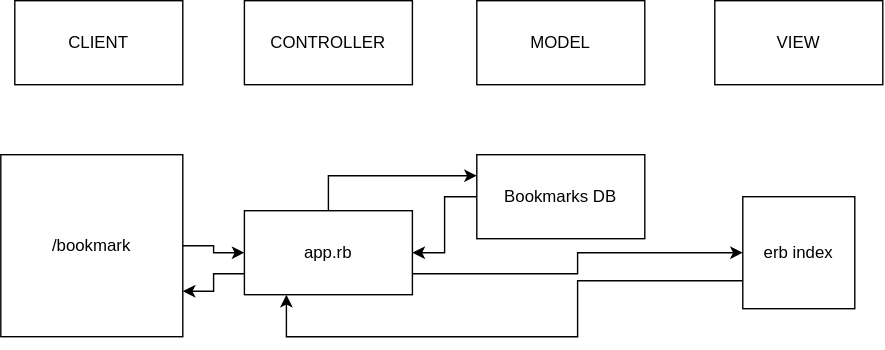
The draw.io diagram user_story_1.drawio.svg in serenabertozzi/bookmark-manager, before a commit. Source tidied: cells renumbered, new cells last; positions are measured from the earlier drawing's top-left corner, leaving out a move shared by most shapes. Source of this version:
```xml
<mxGraphModel>
  <root>
    <mxCell id="0" />
    <mxCell id="1" parent="0" />
    <mxCell id="2" style="edgeStyle=orthogonalEdgeStyle;rounded=0;jettySize=auto;html=1;" parent="1" edge="1" source="3" target="11">
      <mxGeometry relative="1" as="geometry" />
    </mxCell>
    <mxCell id="3" value="/bookmark" style="whiteSpace=wrap;html=1;" parent="1" vertex="1">
      <mxGeometry y="110" width="130" height="130" as="geometry" />
    </mxCell>
    <mxCell id="4" value="CLIENT" style="rounded=0;whiteSpace=wrap;html=1;" parent="1" vertex="1">
      <mxGeometry x="10" width="120" height="60" as="geometry" />
    </mxCell>
    <mxCell id="5" value="CONTROLLER" style="rounded=0;whiteSpace=wrap;html=1;" parent="1" vertex="1">
      <mxGeometry x="174" width="120" height="60" as="geometry" />
    </mxCell>
    <mxCell id="6" value="MODEL" style="rounded=0;whiteSpace=wrap;html=1;" parent="1" vertex="1">
      <mxGeometry x="340" width="120" height="60" as="geometry" />
    </mxCell>
    <mxCell id="7" value="VIEW" style="rounded=0;whiteSpace=wrap;html=1;" parent="1" vertex="1">
      <mxGeometry x="510" width="120" height="60" as="geometry" />
    </mxCell>
    <mxCell id="8" style="edgeStyle=orthogonalEdgeStyle;rounded=0;jettySize=auto;html=1;exitX=0;exitY=0.75;exitDx=0;exitDy=0;entryX=1;entryY=0.75;entryDx=0;entryDy=0;" parent="1" edge="1" source="11" target="3">
      <mxGeometry relative="1" as="geometry" />
    </mxCell>
    <mxCell id="9" style="edgeStyle=orthogonalEdgeStyle;rounded=0;jettySize=auto;html=1;exitX=0.5;exitY=0;exitDx=0;exitDy=0;entryX=0;entryY=0.25;entryDx=0;entryDy=0;" parent="1" edge="1" source="11" target="13">
      <mxGeometry relative="1" as="geometry" />
    </mxCell>
    <mxCell id="10" style="edgeStyle=orthogonalEdgeStyle;rounded=0;jettySize=auto;html=1;exitX=1;exitY=0.75;exitDx=0;exitDy=0;entryX=0;entryY=0.5;entryDx=0;entryDy=0;" parent="1" edge="1" source="11" target="15">
      <mxGeometry relative="1" as="geometry" />
    </mxCell>
    <mxCell id="11" value="app.rb" style="rounded=0;whiteSpace=wrap;html=1;" parent="1" vertex="1">
      <mxGeometry x="174" y="150" width="120" height="60" as="geometry" />
    </mxCell>
    <mxCell id="12" style="edgeStyle=orthogonalEdgeStyle;rounded=0;jettySize=auto;html=1;exitX=0;exitY=0.5;exitDx=0;exitDy=0;" parent="1" edge="1" source="13" target="11">
      <mxGeometry relative="1" as="geometry" />
    </mxCell>
    <mxCell id="13" value="Bookmarks DB" style="rounded=0;whiteSpace=wrap;html=1;" parent="1" vertex="1">
      <mxGeometry x="340" y="110" width="120" height="60" as="geometry" />
    </mxCell>
    <mxCell id="14" style="edgeStyle=orthogonalEdgeStyle;rounded=0;jettySize=auto;html=1;exitX=0;exitY=0.75;exitDx=0;exitDy=0;entryX=0.25;entryY=1;entryDx=0;entryDy=0;" parent="1" edge="1" source="15" target="11">
      <mxGeometry relative="1" as="geometry" />
    </mxCell>
    <mxCell id="15" value="erb index" style="whiteSpace=wrap;html=1;" parent="1" vertex="1">
      <mxGeometry x="530" y="140" width="80" height="80" as="geometry" />
    </mxCell>
  </root>
</mxGraphModel>
```
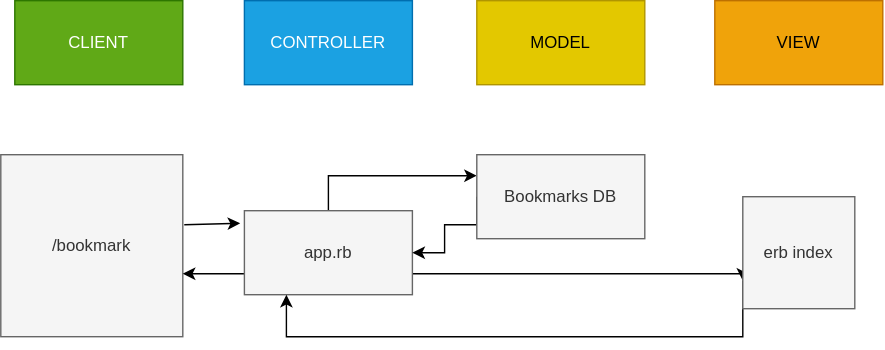
Later version of the same file.

Commit message:
continue the project on this repo

What changed in the source:
```diff
@@ -2,46 +2,70 @@
   <root>
     <mxCell id="0" />
     <mxCell id="1" parent="0" />
-    <mxCell id="2" style="edgeStyle=orthogonalEdgeStyle;rounded=0;jettySize=auto;html=1;" parent="1" edge="1" source="3" target="11">
-      <mxGeometry relative="1" as="geometry" />
+    <mxCell id="2" style="edgeStyle=orthogonalEdgeStyle;rounded=0;jettySize=auto;html=1;entryX=-0.025;entryY=0.15;entryDx=0;entryDy=0;entryPerimeter=0;exitX=1.008;exitY=0.385;exitDx=0;exitDy=0;exitPerimeter=0;" parent="1" edge="1" source="3" target="11">
+      <mxGeometry relative="1" as="geometry">
+        <Array as="points">
+          <mxPoint x="131" y="159" />
+        </Array>
+      </mxGeometry>
     </mxCell>
-    <mxCell id="3" value="/bookmark" style="whiteSpace=wrap;html=1;" parent="1" vertex="1">
+    <mxCell id="3" value="/bookmark" style="whiteSpace=wrap;html=1;fillColor=#f5f5f5;strokeColor=#666666;fontColor=#333333;" parent="1" vertex="1">
       <mxGeometry y="110" width="130" height="130" as="geometry" />
     </mxCell>
-    <mxCell id="4" value="CLIENT" style="rounded=0;whiteSpace=wrap;html=1;" parent="1" vertex="1">
+    <mxCell id="4" value="CLIENT" style="rounded=0;whiteSpace=wrap;html=1;fillColor=#60a917;strokeColor=#2D7600;fontColor=#ffffff;" parent="1" vertex="1">
       <mxGeometry x="10" width="120" height="60" as="geometry" />
     </mxCell>
-    <mxCell id="5" value="CONTROLLER" style="rounded=0;whiteSpace=wrap;html=1;" parent="1" vertex="1">
+    <mxCell id="5" value="CONTROLLER" style="rounded=0;whiteSpace=wrap;html=1;fillColor=#1ba1e2;strokeColor=#006EAF;fontColor=#ffffff;" parent="1" vertex="1">
       <mxGeometry x="174" width="120" height="60" as="geometry" />
     </mxCell>
-    <mxCell id="6" value="MODEL" style="rounded=0;whiteSpace=wrap;html=1;" parent="1" vertex="1">
+    <mxCell id="6" value="MODEL" style="rounded=0;whiteSpace=wrap;html=1;fillColor=#e3c800;strokeColor=#B09500;fontColor=#000000;" parent="1" vertex="1">
       <mxGeometry x="340" width="120" height="60" as="geometry" />
     </mxCell>
-    <mxCell id="7" value="VIEW" style="rounded=0;whiteSpace=wrap;html=1;" parent="1" vertex="1">
+    <mxCell id="7" value="VIEW" style="rounded=0;whiteSpace=wrap;html=1;fillColor=#f0a30a;strokeColor=#BD7000;fontColor=#000000;" parent="1" vertex="1">
       <mxGeometry x="510" width="120" height="60" as="geometry" />
     </mxCell>
-    <mxCell id="8" style="edgeStyle=orthogonalEdgeStyle;rounded=0;jettySize=auto;html=1;exitX=0;exitY=0.75;exitDx=0;exitDy=0;entryX=1;entryY=0.75;entryDx=0;entryDy=0;" parent="1" edge="1" source="11" target="3">
-      <mxGeometry relative="1" as="geometry" />
+    <mxCell id="8" style="edgeStyle=orthogonalEdgeStyle;rounded=0;jettySize=auto;html=1;exitX=0;exitY=0.75;exitDx=0;exitDy=0;" parent="1" edge="1" source="11">
+      <mxGeometry relative="1" as="geometry">
+        <mxPoint x="130" y="195" as="targetPoint" />
+        <Array as="points">
+          <mxPoint x="130" y="195" />
+        </Array>
+      </mxGeometry>
     </mxCell>
     <mxCell id="9" style="edgeStyle=orthogonalEdgeStyle;rounded=0;jettySize=auto;html=1;exitX=0.5;exitY=0;exitDx=0;exitDy=0;entryX=0;entryY=0.25;entryDx=0;entryDy=0;" parent="1" edge="1" source="11" target="13">
       <mxGeometry relative="1" as="geometry" />
     </mxCell>
-    <mxCell id="10" style="edgeStyle=orthogonalEdgeStyle;rounded=0;jettySize=auto;html=1;exitX=1;exitY=0.75;exitDx=0;exitDy=0;entryX=0;entryY=0.5;entryDx=0;entryDy=0;" parent="1" edge="1" source="11" target="15">
-      <mxGeometry relative="1" as="geometry" />
+    <mxCell id="10" style="edgeStyle=orthogonalEdgeStyle;rounded=0;jettySize=auto;html=1;exitX=1;exitY=0.75;exitDx=0;exitDy=0;entryX=0;entryY=0.75;entryDx=0;entryDy=0;" parent="1" edge="1" source="11" target="15">
+      <mxGeometry relative="1" as="geometry">
+        <Array as="points">
+          <mxPoint x="530" y="195" />
+        </Array>
+      </mxGeometry>
     </mxCell>
-    <mxCell id="11" value="app.rb" style="rounded=0;whiteSpace=wrap;html=1;" parent="1" vertex="1">
+    <mxCell id="11" value="app.rb" style="rounded=0;whiteSpace=wrap;html=1;fillColor=#f5f5f5;strokeColor=#666666;fontColor=#333333;" parent="1" vertex="1">
       <mxGeometry x="174" y="150" width="120" height="60" as="geometry" />
     </mxCell>
     <mxCell id="12" style="edgeStyle=orthogonalEdgeStyle;rounded=0;jettySize=auto;html=1;exitX=0;exitY=0.5;exitDx=0;exitDy=0;" parent="1" edge="1" source="13" target="11">
-      <mxGeometry relative="1" as="geometry" />
+      <mxGeometry relative="1" as="geometry">
+        <Array as="points">
+          <mxPoint x="340" y="160" />
+          <mxPoint x="317" y="160" />
+          <mxPoint x="317" y="180" />
+        </Array>
+      </mxGeometry>
     </mxCell>
-    <mxCell id="13" value="Bookmarks DB" style="rounded=0;whiteSpace=wrap;html=1;" parent="1" vertex="1">
+    <mxCell id="13" value="Bookmarks DB" style="rounded=0;whiteSpace=wrap;html=1;fillColor=#f5f5f5;strokeColor=#666666;fontColor=#333333;" parent="1" vertex="1">
       <mxGeometry x="340" y="110" width="120" height="60" as="geometry" />
     </mxCell>
     <mxCell id="14" style="edgeStyle=orthogonalEdgeStyle;rounded=0;jettySize=auto;html=1;exitX=0;exitY=0.75;exitDx=0;exitDy=0;entryX=0.25;entryY=1;entryDx=0;entryDy=0;" parent="1" edge="1" source="15" target="11">
-      <mxGeometry relative="1" as="geometry" />
+      <mxGeometry relative="1" as="geometry">
+        <Array as="points">
+          <mxPoint x="530" y="240" />
+          <mxPoint x="204" y="240" />
+        </Array>
+      </mxGeometry>
     </mxCell>
-    <mxCell id="15" value="erb index" style="whiteSpace=wrap;html=1;" parent="1" vertex="1">
+    <mxCell id="15" value="erb index" style="whiteSpace=wrap;html=1;fillColor=#f5f5f5;strokeColor=#666666;fontColor=#333333;" parent="1" vertex="1">
       <mxGeometry x="530" y="140" width="80" height="80" as="geometry" />
     </mxCell>
   </root>
```
